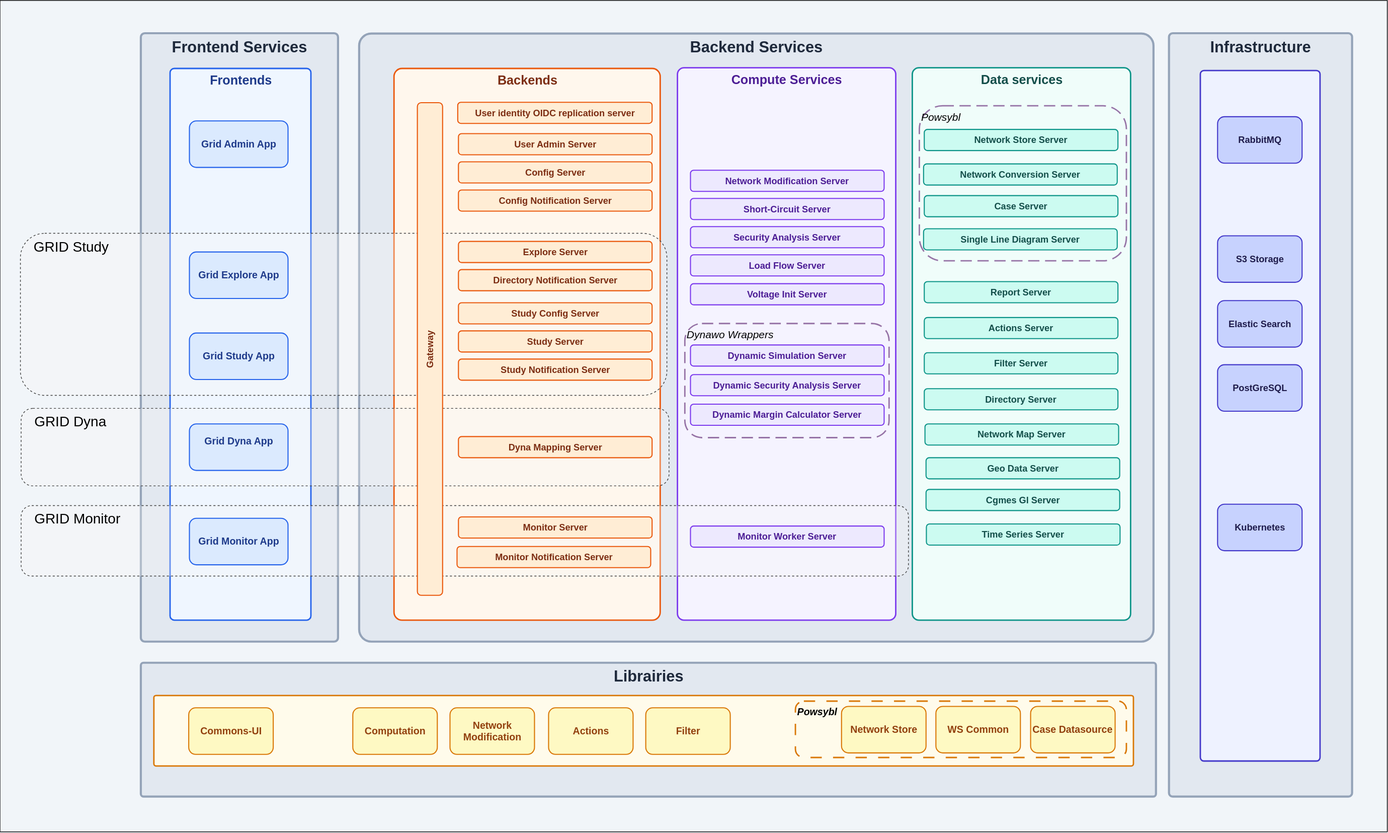
Earlier version of the draw.io export diagrams/BackendFrontend.drawio.svg (gridsuite/documentation). Source tidied: cells renumbered, new cells last; positions are measured from the earlier drawing's top-left corner, leaving out a move shared by most shapes.
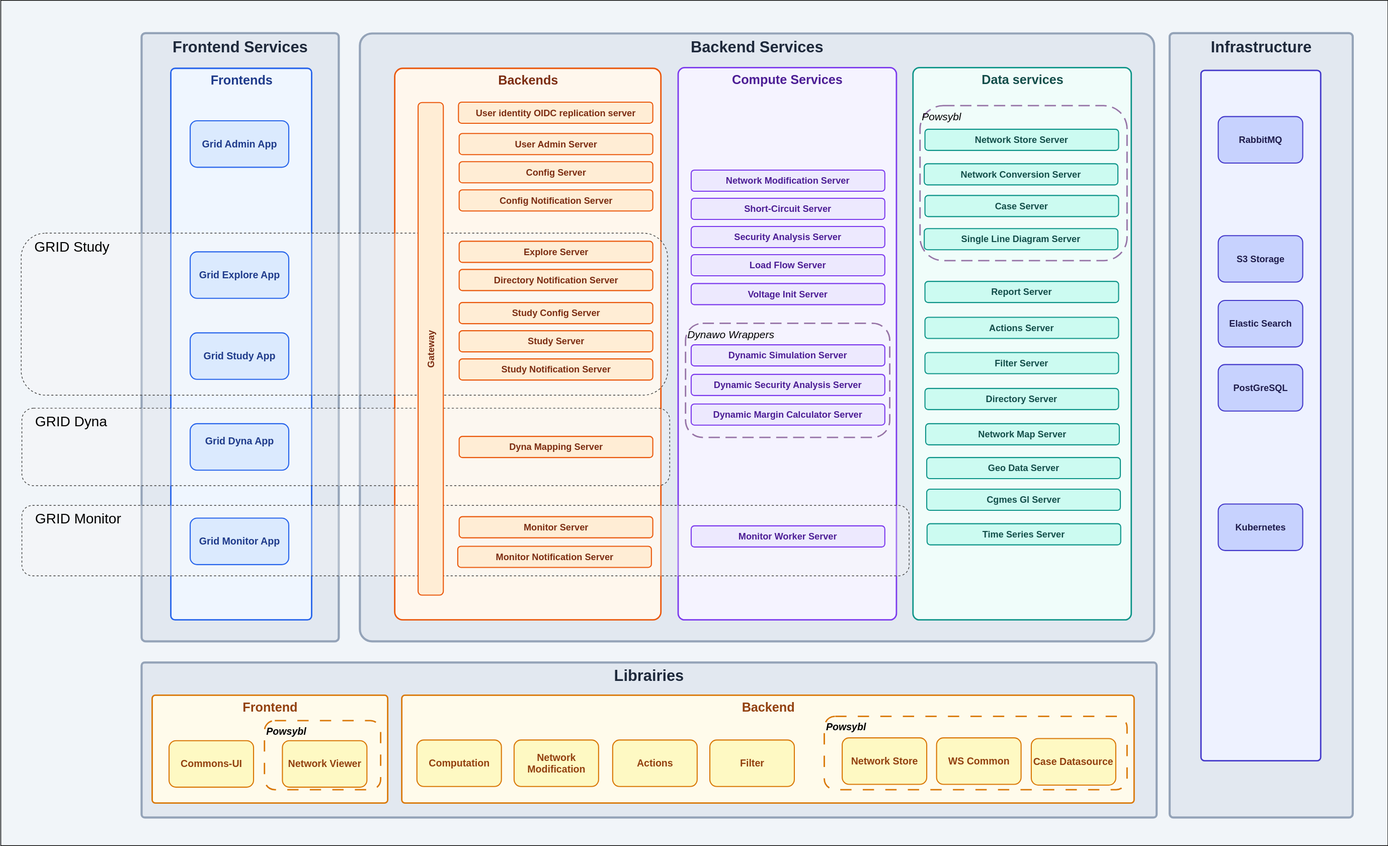
After the change.

Commit message:
Add powsybl-network-viewer lib in lib documentation and diagram (#42)

Change to the diagram source:
```diff
@@ -3,8 +3,14 @@
     <mxCell id="0" style="html=1;" />
     <mxCell id="1" style="html=1;" parent="0" />
     <mxCell id="2" style="rounded=0;whiteSpace=wrap;html=1;fillColor=none;" parent="1" vertex="1">
-      <mxGeometry width="1970" height="1180" as="geometry" />
+      <mxGeometry width="1970" height="1200" as="geometry" />
     </mxCell>
+    <mxCell id="45" value="Librairies" style="rounded=1;whiteSpace=wrap;html=1;verticalAlign=top;fontSize=22;fontStyle=1;fillColor=#E2E8F0;fontColor=#1E293B;strokeColor=#94A3B8;strokeWidth=3;arcSize=2;align=center;fontFamily=Helvetica;" parent="1" vertex="1">
+      <mxGeometry x="200" y="940" width="1441.5" height="220" as="geometry" />
+    </mxCell>
+    <mxCell id="71" value="Frontend" style="rounded=1;whiteSpace=wrap;html=1;verticalAlign=top;fontSize=18;fontStyle=1;fillColor=#FFFBEB;fontColor=#92400E;strokeColor=#D97706;strokeWidth=2;arcSize=3;align=center;" parent="1" vertex="1">
+      <mxGeometry x="215.5" y="987" width="334.5" height="153" as="geometry" />
+    </mxCell>
     <mxCell id="3" value="Backend Services" style="rounded=1;whiteSpace=wrap;html=1;verticalAlign=top;fontSize=22;fontStyle=1;fillColor=#E2E8F0;fontColor=#1E293B;strokeColor=#94A3B8;strokeWidth=3;arcSize=2;" parent="1" vertex="1">
       <mxGeometry x="510" y="47" width="1128" height="863" as="geometry" />
     </mxCell>
@@ -131,14 +137,11 @@
     <mxCell id="44" value="Geo Data Server" style="rounded=1;whiteSpace=wrap;html=1;fontSize=13;fontStyle=1;fillColor=#CCFBF1;strokeColor=#0D9488;strokeWidth=1.5;fontColor=#134E4A;" parent="1" vertex="1">
       <mxGeometry x="1315" y="649" width="275" height="30" as="geometry" />
     </mxCell>
-    <mxCell id="45" value="Librairies" style="rounded=1;whiteSpace=wrap;html=1;verticalAlign=top;fontSize=22;fontStyle=1;fillColor=#E2E8F0;fontColor=#1E293B;strokeColor=#94A3B8;strokeWidth=3;arcSize=2;align=center;fontFamily=Helvetica;" parent="1" vertex="1">
-      <mxGeometry x="200" y="940" width="1441.5" height="190" as="geometry" />
-    </mxCell>
     <mxCell id="46" value="Infrastructure" style="rounded=1;whiteSpace=wrap;html=1;verticalAlign=top;fontSize=22;fontStyle=1;fillColor=#E2E8F0;fontColor=#1E293B;strokeColor=#94A3B8;strokeWidth=3;arcSize=2;align=center;fontFamily=Helvetica;" parent="1" vertex="1">
-      <mxGeometry x="1660" y="46.5" width="260" height="1083.5" as="geometry" />
+      <mxGeometry x="1660" y="46.5" width="260" height="1113.5" as="geometry" />
     </mxCell>
-    <mxCell id="47" style="rounded=1;whiteSpace=wrap;html=1;verticalAlign=top;fontSize=18;fontStyle=1;fillColor=#FFFBEB;fontColor=#92400E;strokeColor=#D97706;strokeWidth=2;arcSize=3;" parent="1" vertex="1">
-      <mxGeometry x="219" y="987" width="1391" height="100" as="geometry" />
+    <mxCell id="47" value="Backend" style="rounded=1;whiteSpace=wrap;html=1;verticalAlign=top;fontSize=18;fontStyle=1;fillColor=#FFFBEB;fontColor=#92400E;strokeColor=#D97706;strokeWidth=2;arcSize=3;align=center;" parent="1" vertex="1">
+      <mxGeometry x="570" y="987" width="1040" height="153" as="geometry" />
     </mxCell>
     <mxCell id="48" style="rounded=1;whiteSpace=wrap;html=1;verticalAlign=top;fontSize=18;fontStyle=1;fillColor=#EEF2FF;fontColor=#1E1B4B;strokeColor=#4338CA;strokeWidth=2;arcSize=3;" parent="1" vertex="1">
       <mxGeometry x="1705" y="100" width="170" height="980" as="geometry" />
@@ -159,28 +162,28 @@
       <mxGeometry x="1729" y="715" width="120" height="66" as="geometry" />
     </mxCell>
     <mxCell id="54" value="Commons-UI" style="whiteSpace=wrap;html=1;fontSize=14;fillColor=#FEF9C3;strokeColor=#D97706;fontColor=#92400E;rounded=1;fontStyle=1;strokeWidth=1.5;" parent="1" vertex="1">
-      <mxGeometry x="268" y="1004" width="120" height="66" as="geometry" />
+      <mxGeometry x="239" y="1051" width="120" height="66" as="geometry" />
     </mxCell>
     <mxCell id="55" value="Computation" style="rounded=1;whiteSpace=wrap;html=1;fontSize=14;fontStyle=1;fillColor=#FEF9C3;strokeColor=#D97706;strokeWidth=1.5;fontColor=#92400E;" parent="1" vertex="1">
-      <mxGeometry x="501" y="1004" width="120" height="66" as="geometry" />
+      <mxGeometry x="591" y="1050" width="120" height="66" as="geometry" />
     </mxCell>
     <mxCell id="56" value="Network Modification" style="rounded=1;whiteSpace=wrap;html=1;fontSize=14;fontStyle=1;fillColor=#FEF9C3;strokeColor=#D97706;strokeWidth=1.5;fontColor=#92400E;" parent="1" vertex="1">
-      <mxGeometry x="639" y="1004" width="120" height="66" as="geometry" />
+      <mxGeometry x="729" y="1050" width="120" height="66" as="geometry" />
     </mxCell>
     <mxCell id="57" value="Actions" style="rounded=1;whiteSpace=wrap;html=1;fontSize=14;fontStyle=1;fillColor=#FEF9C3;strokeColor=#D97706;strokeWidth=1.5;fontColor=#92400E;" parent="1" vertex="1">
-      <mxGeometry x="779" y="1004" width="120" height="66" as="geometry" />
+      <mxGeometry x="869" y="1050" width="120" height="66" as="geometry" />
     </mxCell>
     <mxCell id="58" value="Filter" style="rounded=1;whiteSpace=wrap;html=1;fontSize=14;fontStyle=1;fillColor=#FEF9C3;strokeColor=#D97706;strokeWidth=1.5;fontColor=#92400E;" parent="1" vertex="1">
-      <mxGeometry x="917" y="1004" width="120" height="66" as="geometry" />
+      <mxGeometry x="1007" y="1050" width="120" height="66" as="geometry" />
     </mxCell>
     <mxCell id="59" value="Gateway" style="rounded=1;whiteSpace=wrap;html=1;fontSize=13;fontStyle=1;fillColor=#FFEDD5;strokeColor=#EA580C;strokeWidth=1.5;fontColor=#7C2D12;rotation=-90;" parent="1" vertex="1">
       <mxGeometry x="261" y="476.8" width="699.2" height="35.8" as="geometry" />
     </mxCell>
     <mxCell id="60" value="Network Store" style="rounded=1;whiteSpace=wrap;html=1;fontSize=14;fontStyle=1;fillColor=#FEF9C3;strokeColor=#D97706;strokeWidth=1.5;fontColor=#92400E;" parent="1" vertex="1">
-      <mxGeometry x="1195" y="1002" width="120" height="66" as="geometry" />
+      <mxGeometry x="1195" y="1047" width="120" height="66" as="geometry" />
     </mxCell>
     <mxCell id="61" value="&lt;i&gt;&lt;font style=&quot;color: light-dark(rgb(0, 0, 0), rgb(255, 255, 255));&quot;&gt;Powsybl&lt;/font&gt;&lt;/i&gt;" style="rounded=1;whiteSpace=wrap;html=1;fontSize=14;fontStyle=1;fillColor=none;strokeColor=#D97706;strokeWidth=2;fontColor=#92400E;gradientColor=none;dashed=1;dashPattern=8 8;align=left;verticalAlign=top;" parent="1" vertex="1">
-      <mxGeometry x="1130" y="995" width="470" height="80" as="geometry" />
+      <mxGeometry x="1170" y="1017" width="430" height="104" as="geometry" />
     </mxCell>
     <mxCell id="62" value="Dynawo Wrappers" style="rounded=1;whiteSpace=wrap;html=1;align=left;verticalAlign=top;dashed=1;fillColor=none;strokeColor=#9673a6;strokeWidth=2;dashPattern=8 4;fontSize=15;fontStyle=2;" parent="1" vertex="1">
       <mxGeometry x="973" y="459" width="290" height="162" as="geometry" />
@@ -201,13 +204,19 @@
       <mxGeometry x="649" y="775" width="275" height="30" as="geometry" />
     </mxCell>
     <mxCell id="68" value="WS Common" style="rounded=1;whiteSpace=wrap;html=1;fontSize=14;fontStyle=1;fillColor=#FEF9C3;strokeColor=#D97706;strokeWidth=1.5;fontColor=#92400E;" parent="1" vertex="1">
-      <mxGeometry x="1329" y="1002" width="120" height="66" as="geometry" />
+      <mxGeometry x="1329" y="1047" width="120" height="66" as="geometry" />
     </mxCell>
     <mxCell id="69" value="Case Datasource" style="rounded=1;whiteSpace=wrap;html=1;fontSize=14;fontStyle=1;fillColor=#FEF9C3;strokeColor=#D97706;strokeWidth=1.5;fontColor=#92400E;" parent="1" vertex="1">
-      <mxGeometry x="1463.5" y="1002" width="120" height="66" as="geometry" />
+      <mxGeometry x="1463.5" y="1048" width="120" height="66" as="geometry" />
     </mxCell>
     <mxCell id="70" value="Cgmes Gl Server" style="rounded=1;whiteSpace=wrap;html=1;fontSize=13;fontStyle=1;fillColor=#CCFBF1;strokeColor=#0D9488;strokeWidth=1.5;fontColor=#134E4A;" parent="1" vertex="1">
       <mxGeometry x="1315" y="694" width="275" height="30" as="geometry" />
     </mxCell>
+    <mxCell id="72" value="&lt;i&gt;&lt;font style=&quot;color: light-dark(rgb(0, 0, 0), rgb(255, 255, 255));&quot;&gt;Powsybl&lt;/font&gt;&lt;/i&gt;" style="rounded=1;whiteSpace=wrap;html=1;fontSize=14;fontStyle=1;fillColor=none;strokeColor=#D97706;strokeWidth=2;fontColor=#92400E;gradientColor=none;dashed=1;dashPattern=8 8;align=left;verticalAlign=top;" parent="1" vertex="1">
+      <mxGeometry x="375" y="1023" width="165" height="98" as="geometry" />
+    </mxCell>
+    <mxCell id="73" value="Network Viewer" style="whiteSpace=wrap;html=1;fontSize=14;fillColor=#FEF9C3;strokeColor=#D97706;fontColor=#92400E;rounded=1;fontStyle=1;strokeWidth=1.5;" parent="1" vertex="1">
+      <mxGeometry x="400" y="1051" width="120" height="66" as="geometry" />
+    </mxCell>
   </root>
 </mxGraphModel>
```
